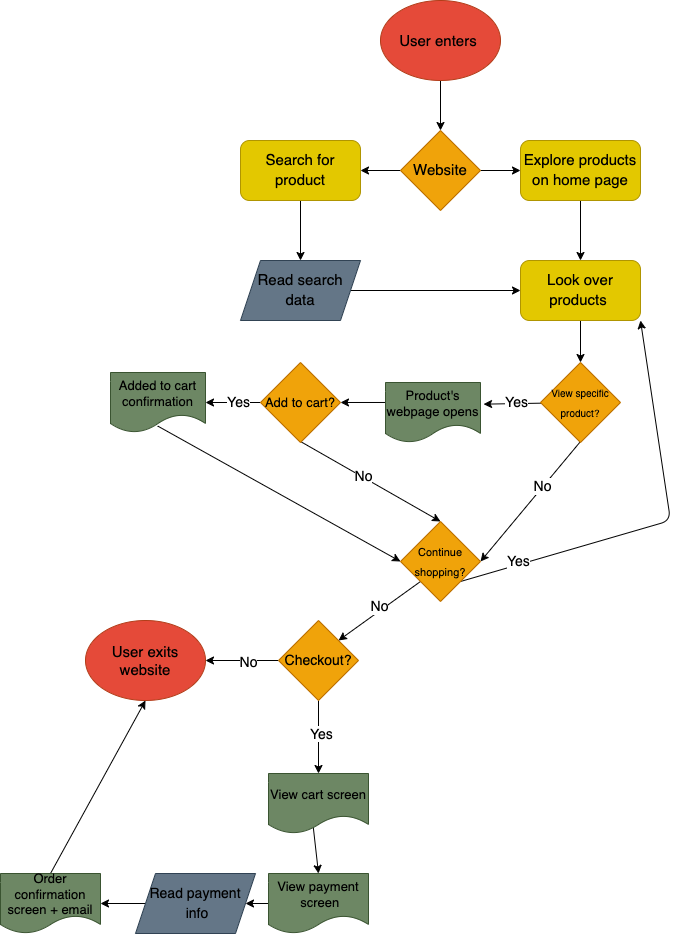
Above: explore/diagramming/diagram.drawio.png in zachyuen/fa22-cse110-lab4 (draw.io), before the change. Source tidied: cells renumbered, new cells last; positions are measured from the earlier drawing's top-left corner, leaving out a move shared by most shapes.
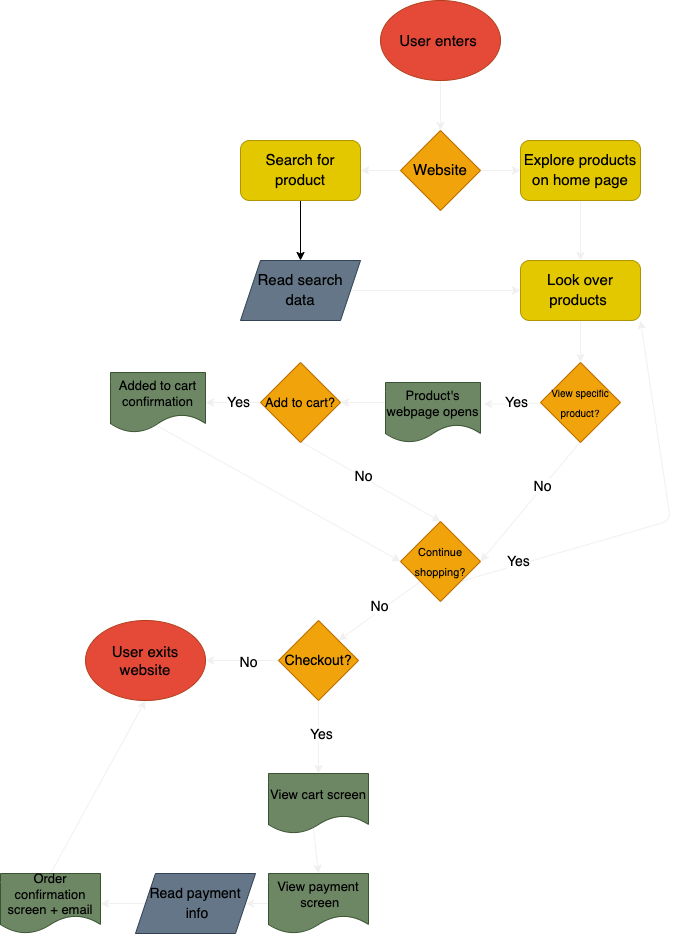
After the change.

What changed in the source:
```diff
@@ -2,19 +2,19 @@
   <root>
     <mxCell id="0" />
     <mxCell id="1" parent="0" />
-    <mxCell id="2" style="edgeStyle=none;html=1;entryX=1.032;entryY=0.361;entryDx=0;entryDy=0;entryPerimeter=0;fontSize=13;fontColor=#000000;" parent="1" edge="1" source="18" target="29">
+    <mxCell id="2" style="edgeStyle=none;html=1;entryX=1.032;entryY=0.361;entryDx=0;entryDy=0;entryPerimeter=0;fontSize=13;fontColor=#000000;strokeColor=#F0F0F0;" parent="1" edge="1" source="18" target="29">
       <mxGeometry relative="1" as="geometry" />
     </mxCell>
-    <mxCell id="3" style="edgeStyle=none;html=1;entryX=0.5;entryY=0;entryDx=0;entryDy=0;fontSize=16;fontColor=#000000;" parent="1" edge="1" source="4" target="7">
+    <mxCell id="3" style="edgeStyle=none;html=1;entryX=0.5;entryY=0;entryDx=0;entryDy=0;fontSize=16;fontColor=#000000;strokeColor=#F0F0F0;" parent="1" edge="1" source="4" target="7">
       <mxGeometry relative="1" as="geometry" />
     </mxCell>
     <mxCell id="4" value="&lt;font color=&quot;#000000&quot; style=&quot;font-size: 15px&quot;&gt;User enters&amp;nbsp;&lt;/font&gt;" style="ellipse;whiteSpace=wrap;html=1;fillColor=#E54A39;fontColor=#ffffff;strokeColor=#B23D19;" parent="1" vertex="1">
       <mxGeometry x="380" width="120" height="80" as="geometry" />
     </mxCell>
-    <mxCell id="5" style="edgeStyle=none;html=1;entryX=1;entryY=0.5;entryDx=0;entryDy=0;fontSize=16;fontColor=#000000;" parent="1" edge="1" source="7" target="9">
+    <mxCell id="5" style="edgeStyle=none;html=1;entryX=1;entryY=0.5;entryDx=0;entryDy=0;fontSize=16;fontColor=#000000;strokeColor=#F0F0F0;" parent="1" edge="1" source="7" target="9">
       <mxGeometry relative="1" as="geometry" />
     </mxCell>
-    <mxCell id="6" style="edgeStyle=none;html=1;fontSize=16;fontColor=#000000;" parent="1" edge="1" source="7" target="11">
+    <mxCell id="6" style="edgeStyle=none;html=1;fontSize=16;fontColor=#000000;strokeColor=#F0F0F0;" parent="1" edge="1" source="7" target="11">
       <mxGeometry relative="1" as="geometry" />
     </mxCell>
     <mxCell id="7" value="&lt;font style=&quot;font-size: 15px&quot;&gt;Website&lt;/font&gt;" style="rhombus;whiteSpace=wrap;html=1;fontSize=16;fontColor=#000000;strokeColor=#BD7000;fillColor=#f0a30a;" parent="1" vertex="1">
@@ -26,25 +26,25 @@
     <mxCell id="9" value="&lt;font style=&quot;font-size: 15px&quot;&gt;Search for product&lt;/font&gt;" style="rounded=1;whiteSpace=wrap;html=1;fontSize=16;fontColor=#000000;strokeColor=#B09500;fillColor=#e3c800;" parent="1" vertex="1">
       <mxGeometry x="240" y="140" width="120" height="60" as="geometry" />
     </mxCell>
-    <mxCell id="10" style="edgeStyle=none;html=1;exitX=0.5;exitY=1;exitDx=0;exitDy=0;entryX=0.5;entryY=0;entryDx=0;entryDy=0;fontSize=15;fontColor=#000000;" parent="1" edge="1" source="11" target="15">
+    <mxCell id="10" style="edgeStyle=none;html=1;exitX=0.5;exitY=1;exitDx=0;exitDy=0;entryX=0.5;entryY=0;entryDx=0;entryDy=0;fontSize=15;fontColor=#000000;strokeColor=#F0F0F0;" parent="1" edge="1" source="11" target="15">
       <mxGeometry relative="1" as="geometry" />
     </mxCell>
     <mxCell id="11" value="&lt;font style=&quot;font-size: 15px&quot;&gt;Explore products on home page&lt;/font&gt;" style="rounded=1;whiteSpace=wrap;html=1;fontSize=16;fontColor=#000000;strokeColor=#B09500;fillColor=#e3c800;" parent="1" vertex="1">
       <mxGeometry x="520" y="140" width="120" height="60" as="geometry" />
     </mxCell>
-    <mxCell id="12" style="edgeStyle=none;html=1;exitX=1;exitY=0.5;exitDx=0;exitDy=0;entryX=0;entryY=0.5;entryDx=0;entryDy=0;fontSize=15;fontColor=#000000;" parent="1" edge="1" source="13" target="15">
+    <mxCell id="12" style="edgeStyle=none;html=1;exitX=1;exitY=0.5;exitDx=0;exitDy=0;entryX=0;entryY=0.5;entryDx=0;entryDy=0;fontSize=15;fontColor=#000000;strokeColor=#F0F0F0;" parent="1" edge="1" source="13" target="15">
       <mxGeometry relative="1" as="geometry" />
     </mxCell>
     <mxCell id="13" value="&lt;font style=&quot;font-size: 15px&quot; color=&quot;#000000&quot;&gt;Read search data&lt;/font&gt;" style="shape=parallelogram;perimeter=parallelogramPerimeter;whiteSpace=wrap;html=1;fixedSize=1;fontSize=16;fontColor=#ffffff;strokeColor=#314354;fillColor=#647687;" parent="1" vertex="1">
       <mxGeometry x="240" y="260" width="120" height="60" as="geometry" />
     </mxCell>
-    <mxCell id="14" style="edgeStyle=none;html=1;fontSize=15;fontColor=#000000;" parent="1" edge="1" source="15" target="18">
+    <mxCell id="14" style="edgeStyle=none;html=1;fontSize=15;fontColor=#000000;strokeColor=#F0F0F0;" parent="1" edge="1" source="15" target="18">
       <mxGeometry relative="1" as="geometry" />
     </mxCell>
     <mxCell id="15" value="&lt;font style=&quot;font-size: 15px&quot;&gt;Look over products&amp;nbsp;&lt;/font&gt;" style="rounded=1;whiteSpace=wrap;html=1;fontSize=16;fontColor=#000000;strokeColor=#B09500;fillColor=#e3c800;" parent="1" vertex="1">
       <mxGeometry x="520" y="260" width="120" height="60" as="geometry" />
     </mxCell>
-    <mxCell id="16" style="edgeStyle=none;html=1;entryX=1;entryY=0.5;entryDx=0;entryDy=0;fontSize=14;fontColor=#000000;exitX=0.5;exitY=1;exitDx=0;exitDy=0;" parent="1" edge="1" target="24">
+    <mxCell id="16" style="edgeStyle=none;html=1;entryX=1;entryY=0.5;entryDx=0;entryDy=0;fontSize=14;fontColor=#000000;exitX=0.5;exitY=1;exitDx=0;exitDy=0;strokeColor=#F0F0F0;" parent="1" edge="1" target="24">
       <mxGeometry relative="1" as="geometry">
         <mxPoint x="580" y="441" as="sourcePoint" />
       </mxGeometry>
@@ -57,10 +57,10 @@
     <mxCell id="18" value="&lt;font style=&quot;font-size: 10px&quot;&gt;View specific product?&lt;/font&gt;" style="rhombus;whiteSpace=wrap;html=1;fontSize=16;fontColor=#000000;strokeColor=#BD7000;fillColor=#f0a30a;" parent="1" vertex="1">
       <mxGeometry x="540" y="362" width="80" height="80" as="geometry" />
     </mxCell>
-    <mxCell id="19" style="edgeStyle=none;html=1;exitX=0;exitY=0.5;exitDx=0;exitDy=0;entryX=1;entryY=0.5;entryDx=0;entryDy=0;fontSize=13;fontColor=#000000;" parent="1" edge="1" source="21" target="26">
+    <mxCell id="19" style="edgeStyle=none;html=1;exitX=0;exitY=0.5;exitDx=0;exitDy=0;entryX=1;entryY=0.5;entryDx=0;entryDy=0;fontSize=13;fontColor=#000000;strokeColor=#F0F0F0;" parent="1" edge="1" source="21" target="26">
       <mxGeometry relative="1" as="geometry" />
     </mxCell>
-    <mxCell id="20" style="edgeStyle=none;html=1;entryX=0.5;entryY=0;entryDx=0;entryDy=0;fontSize=13;fontColor=#000000;exitX=0.5;exitY=1;exitDx=0;exitDy=0;" parent="1" edge="1" target="24">
+    <mxCell id="20" style="edgeStyle=none;html=1;entryX=0.5;entryY=0;entryDx=0;entryDy=0;fontSize=13;fontColor=#000000;exitX=0.5;exitY=1;exitDx=0;exitDy=0;strokeColor=#F0F0F0;" parent="1" edge="1" target="24">
       <mxGeometry relative="1" as="geometry">
         <mxPoint x="300" y="441" as="sourcePoint" />
       </mxGeometry>
@@ -68,10 +68,10 @@
     <mxCell id="21" value="&lt;font style=&quot;font-size: 13px&quot;&gt;Add to cart?&lt;/font&gt;" style="rhombus;whiteSpace=wrap;html=1;fontSize=16;fontColor=#000000;strokeColor=#BD7000;fillColor=#f0a30a;" parent="1" vertex="1">
       <mxGeometry x="260" y="362" width="80" height="80" as="geometry" />
     </mxCell>
-    <mxCell id="22" style="edgeStyle=none;html=1;exitX=0;exitY=1;exitDx=0;exitDy=0;entryX=1;entryY=0;entryDx=0;entryDy=0;fontSize=14;fontColor=#000000;" parent="1" edge="1" source="24" target="43">
+    <mxCell id="22" style="edgeStyle=none;html=1;exitX=0;exitY=1;exitDx=0;exitDy=0;entryX=1;entryY=0;entryDx=0;entryDy=0;fontSize=14;fontColor=#000000;strokeColor=#F0F0F0;" parent="1" edge="1" source="24" target="43">
       <mxGeometry relative="1" as="geometry" />
     </mxCell>
-    <mxCell id="23" style="edgeStyle=none;html=1;exitX=1;exitY=1;exitDx=0;exitDy=0;entryX=1;entryY=1;entryDx=0;entryDy=0;fontSize=14;fontColor=#000000;" parent="1" edge="1" source="24" target="15">
+    <mxCell id="23" style="edgeStyle=none;html=1;exitX=1;exitY=1;exitDx=0;exitDy=0;entryX=1;entryY=1;entryDx=0;entryDy=0;fontSize=14;fontColor=#000000;strokeColor=#F0F0F0;" parent="1" edge="1" source="24" target="15">
       <mxGeometry relative="1" as="geometry">
         <Array as="points">
           <mxPoint x="670" y="520" />
@@ -81,7 +81,7 @@
     <mxCell id="24" value="&lt;font style=&quot;font-size: 11px&quot;&gt;Continue shopping?&lt;/font&gt;" style="rhombus;whiteSpace=wrap;html=1;fontSize=16;fontColor=#000000;strokeColor=#BD7000;fillColor=#f0a30a;" parent="1" vertex="1">
       <mxGeometry x="400" y="521" width="80" height="80" as="geometry" />
     </mxCell>
-    <mxCell id="25" style="edgeStyle=none;html=1;entryX=0;entryY=0.5;entryDx=0;entryDy=0;fontSize=13;fontColor=#000000;exitX=0.497;exitY=0.909;exitDx=0;exitDy=0;exitPerimeter=0;" parent="1" edge="1" target="24">
+    <mxCell id="25" style="edgeStyle=none;html=1;entryX=0;entryY=0.5;entryDx=0;entryDy=0;fontSize=13;fontColor=#000000;exitX=0.497;exitY=0.909;exitDx=0;exitDy=0;exitPerimeter=0;strokeColor=#F0F0F0;" parent="1" edge="1" target="24">
       <mxGeometry relative="1" as="geometry">
         <mxPoint x="157.2" y="425.5" as="sourcePoint" />
       </mxGeometry>
@@ -94,7 +94,7 @@
         <mxPoint x="-136" y="-10" as="offset" />
       </mxGeometry>
     </mxCell>
-    <mxCell id="28" style="edgeStyle=none;html=1;exitX=-0.004;exitY=0.333;exitDx=0;exitDy=0;fontSize=13;fontColor=#000000;exitPerimeter=0;" parent="1" edge="1" source="29" target="21">
+    <mxCell id="28" style="edgeStyle=none;html=1;exitX=-0.004;exitY=0.333;exitDx=0;exitDy=0;fontSize=13;fontColor=#000000;exitPerimeter=0;strokeColor=#F0F0F0;" parent="1" edge="1" source="29" target="21">
       <mxGeometry relative="1" as="geometry" />
     </mxCell>
     <mxCell id="29" value="&lt;font color=&quot;#000000&quot;&gt;Product's webpage opens&lt;/font&gt;" style="shape=document;whiteSpace=wrap;html=1;boundedLbl=1;labelBackgroundColor=none;fontSize=13;fontColor=#ffffff;strokeColor=#3A5431;fillColor=#6d8764;" parent="1" vertex="1">
@@ -113,34 +113,34 @@
     <mxCell id="32" value="&lt;font color=&quot;#000000&quot; style=&quot;font-size: 15px&quot;&gt;User exits website&lt;br&gt;&lt;/font&gt;" style="ellipse;whiteSpace=wrap;html=1;fillColor=#E54A39;fontColor=#ffffff;strokeColor=#B23D19;" parent="1" vertex="1">
       <mxGeometry x="85" y="620" width="120" height="80" as="geometry" />
     </mxCell>
-    <mxCell id="33" style="edgeStyle=none;html=1;fontSize=14;fontColor=#000000;exitX=0.446;exitY=0.868;exitDx=0;exitDy=0;exitPerimeter=0;entryX=0.5;entryY=0;entryDx=0;entryDy=0;" parent="1" edge="1" source="34" target="36">
+    <mxCell id="33" style="edgeStyle=none;html=1;fontSize=14;fontColor=#000000;exitX=0.446;exitY=0.868;exitDx=0;exitDy=0;exitPerimeter=0;entryX=0.5;entryY=0;entryDx=0;entryDy=0;strokeColor=#F0F0F0;" parent="1" edge="1" source="34" target="36">
       <mxGeometry relative="1" as="geometry" />
     </mxCell>
     <mxCell id="34" value="&lt;font color=&quot;#000000&quot;&gt;View cart screen&lt;/font&gt;" style="shape=document;whiteSpace=wrap;html=1;boundedLbl=1;labelBackgroundColor=none;fontSize=13;fontColor=#ffffff;strokeColor=#3A5431;fillColor=#6d8764;" parent="1" vertex="1">
       <mxGeometry x="268" y="773" width="100" height="60" as="geometry" />
     </mxCell>
-    <mxCell id="35" style="edgeStyle=none;html=1;exitX=0;exitY=0.5;exitDx=0;exitDy=0;entryX=1;entryY=0.5;entryDx=0;entryDy=0;fontSize=14;fontColor=#000000;" parent="1" edge="1" source="36" target="38">
+    <mxCell id="35" style="edgeStyle=none;html=1;exitX=0;exitY=0.5;exitDx=0;exitDy=0;entryX=1;entryY=0.5;entryDx=0;entryDy=0;fontSize=14;fontColor=#000000;strokeColor=#F0F0F0;" parent="1" edge="1" source="36" target="38">
       <mxGeometry relative="1" as="geometry" />
     </mxCell>
     <mxCell id="36" value="&lt;font color=&quot;#000000&quot;&gt;View payment&lt;br&gt;&amp;nbsp;screen&lt;/font&gt;" style="shape=document;whiteSpace=wrap;html=1;boundedLbl=1;labelBackgroundColor=none;fontSize=13;fontColor=#ffffff;strokeColor=#3A5431;fillColor=#6d8764;" parent="1" vertex="1">
       <mxGeometry x="268" y="873" width="100" height="60" as="geometry" />
     </mxCell>
-    <mxCell id="37" style="edgeStyle=none;html=1;exitX=0;exitY=0.5;exitDx=0;exitDy=0;entryX=1;entryY=0.5;entryDx=0;entryDy=0;fontSize=14;fontColor=#000000;" parent="1" edge="1" source="38" target="40">
+    <mxCell id="37" style="edgeStyle=none;html=1;exitX=0;exitY=0.5;exitDx=0;exitDy=0;entryX=1;entryY=0.5;entryDx=0;entryDy=0;fontSize=14;fontColor=#000000;strokeColor=#F0F0F0;" parent="1" edge="1" source="38" target="40">
       <mxGeometry relative="1" as="geometry" />
     </mxCell>
     <mxCell id="38" value="&lt;font color=&quot;#000000&quot;&gt;&lt;font style=&quot;font-size: 14px&quot;&gt;Read payment&lt;br&gt;&amp;nbsp;info&lt;/font&gt;&lt;br&gt;&lt;/font&gt;" style="shape=parallelogram;perimeter=parallelogramPerimeter;whiteSpace=wrap;html=1;fixedSize=1;fontSize=16;fontColor=#ffffff;strokeColor=#314354;fillColor=#647687;" parent="1" vertex="1">
       <mxGeometry x="135" y="873" width="120" height="60" as="geometry" />
     </mxCell>
-    <mxCell id="39" style="edgeStyle=none;html=1;exitX=0.5;exitY=0;exitDx=0;exitDy=0;entryX=0.5;entryY=1;entryDx=0;entryDy=0;fontSize=14;fontColor=#000000;" parent="1" edge="1" source="40" target="32">
+    <mxCell id="39" style="edgeStyle=none;html=1;exitX=0.5;exitY=0;exitDx=0;exitDy=0;entryX=0.5;entryY=1;entryDx=0;entryDy=0;fontSize=14;fontColor=#000000;strokeColor=#F0F0F0;" parent="1" edge="1" source="40" target="32">
       <mxGeometry relative="1" as="geometry" />
     </mxCell>
     <mxCell id="40" value="&lt;font color=&quot;#000000&quot;&gt;Order confirmation screen + email&lt;/font&gt;" style="shape=document;whiteSpace=wrap;html=1;boundedLbl=1;labelBackgroundColor=none;fontSize=13;fontColor=#ffffff;strokeColor=#3A5431;fillColor=#6d8764;" parent="1" vertex="1">
       <mxGeometry y="873" width="100" height="60" as="geometry" />
     </mxCell>
-    <mxCell id="41" style="edgeStyle=none;html=1;exitX=0.5;exitY=1;exitDx=0;exitDy=0;entryX=0.5;entryY=0;entryDx=0;entryDy=0;fontSize=14;fontColor=#000000;" parent="1" edge="1" source="43" target="34">
+    <mxCell id="41" style="edgeStyle=none;html=1;exitX=0.5;exitY=1;exitDx=0;exitDy=0;entryX=0.5;entryY=0;entryDx=0;entryDy=0;fontSize=14;fontColor=#000000;strokeColor=#F0F0F0;" parent="1" edge="1" source="43" target="34">
       <mxGeometry relative="1" as="geometry" />
     </mxCell>
-    <mxCell id="42" style="edgeStyle=none;html=1;exitX=0;exitY=0.5;exitDx=0;exitDy=0;entryX=1;entryY=0.5;entryDx=0;entryDy=0;fontSize=14;fontColor=#000000;" parent="1" edge="1" source="43" target="32">
+    <mxCell id="42" style="edgeStyle=none;html=1;exitX=0;exitY=0.5;exitDx=0;exitDy=0;entryX=1;entryY=0.5;entryDx=0;entryDy=0;fontSize=14;fontColor=#000000;strokeColor=#F0F0F0;" parent="1" edge="1" source="43" target="32">
       <mxGeometry relative="1" as="geometry" />
     </mxCell>
     <mxCell id="43" value="&lt;font&gt;&lt;font style=&quot;font-size: 14px&quot;&gt;Checkout?&lt;/font&gt;&lt;br&gt;&lt;/font&gt;" style="rhombus;whiteSpace=wrap;html=1;fontSize=16;fontColor=#000000;strokeColor=#BD7000;fillColor=#f0a30a;" parent="1" vertex="1">
```
